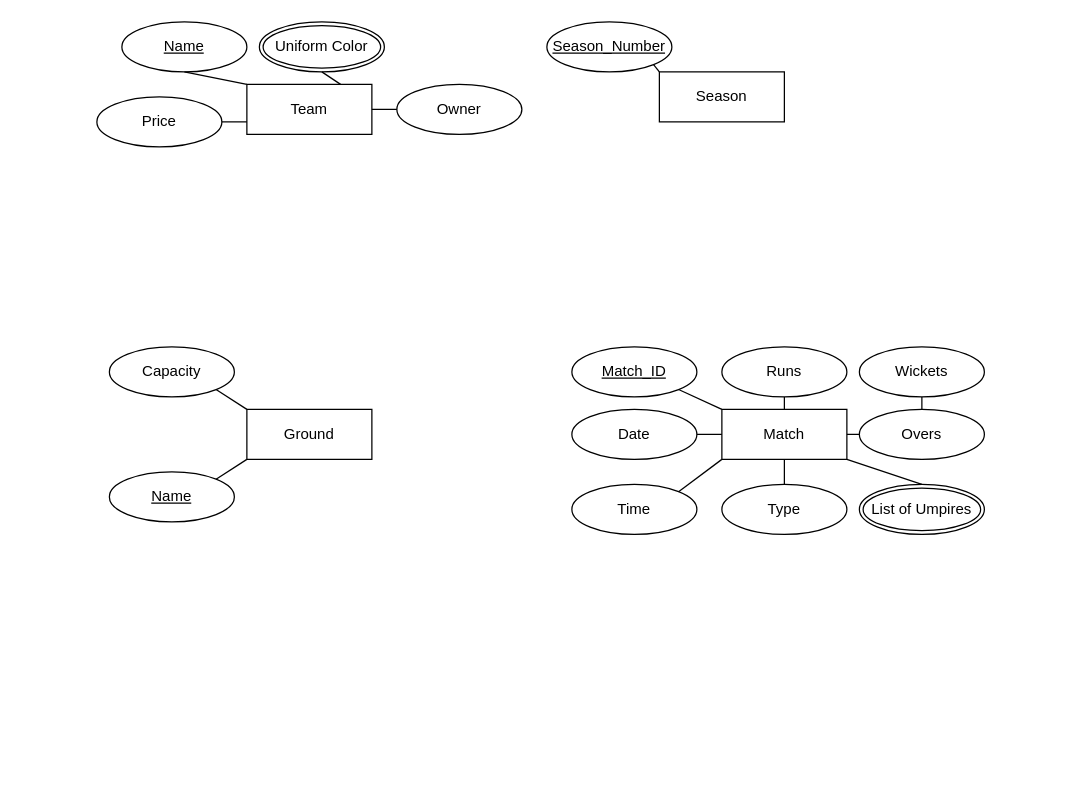
Above: Lab2.drawio in MuhammadIrfan92/Database-Engineering-Semester-7 (draw.io), before the change. Source tidied: cells renumbered, new cells numbered last; positions are measured from the earlier drawing's top-left corner, leaving out a move shared by most shapes. Both pictures are drawn from the tidied source at 125%, with x=0, y=0 at pixel (96, 21).
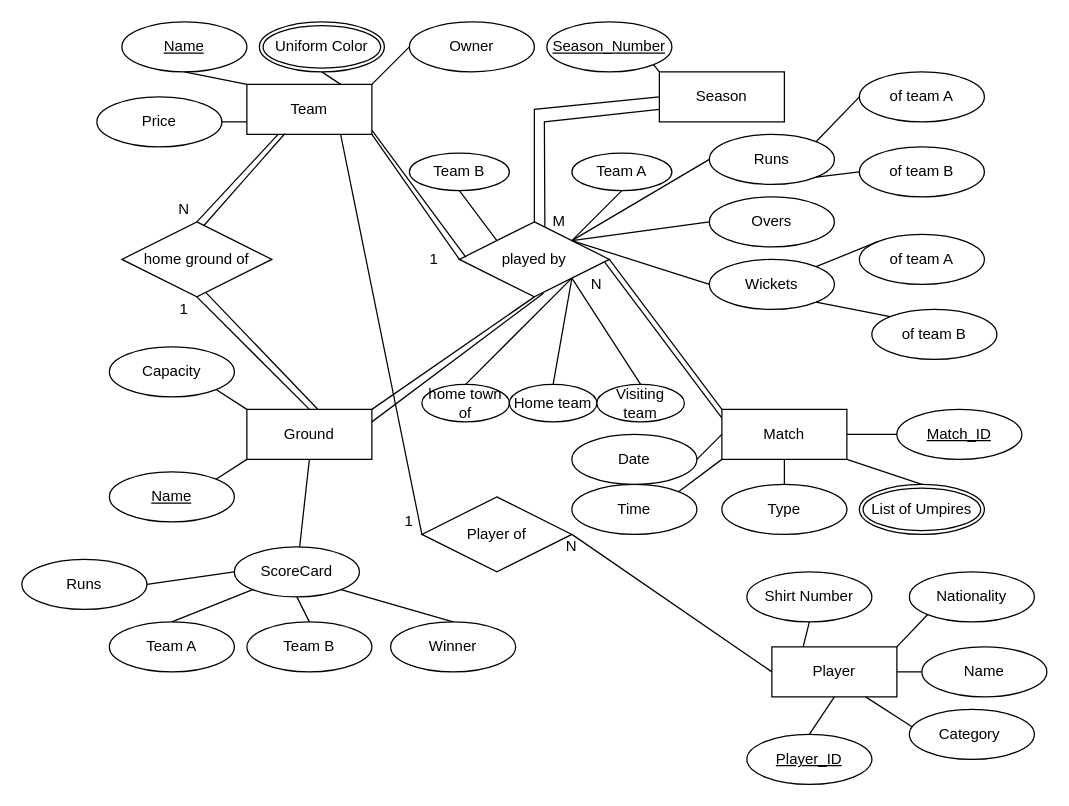
The same page after the edit.

Unchanged cells that the change refers to:
```xml
<mxCell id="2" value="Team" style="whiteSpace=wrap;html=1;align=center;" parent="1" vertex="1">
  <mxGeometry x="120" y="50" width="100" height="40" as="geometry" />
</mxCell>
<mxCell id="9" value="Season" style="whiteSpace=wrap;html=1;align=center;" parent="1" vertex="1">
  <mxGeometry x="450" y="40" width="100" height="40" as="geometry" />
</mxCell>
<mxCell id="14" value="Ground" style="whiteSpace=wrap;html=1;align=center;" parent="1" vertex="1">
  <mxGeometry x="120" y="310" width="100" height="40" as="geometry" />
</mxCell>
<mxCell id="17" value="Match" style="whiteSpace=wrap;html=1;align=center;" parent="1" vertex="1">
  <mxGeometry x="500" y="310" width="100" height="40" as="geometry" />
</mxCell>
```

Change to the diagram source:
```diff
@@
     <mxCell id="5" value="Owner" style="ellipse;whiteSpace=wrap;html=1;align=center;" parent="1" vertex="1">
-      <mxGeometry x="240" y="50" width="100" height="40" as="geometry" />
+      <mxGeometry x="250" width="100" height="40" as="geometry" />
     </mxCell>
@@
-    <mxCell id="8" style="endArrow=none;html=1;rounded=0;entryX=0;entryY=0.5;entryDx=0;entryDy=0;exitX=1;exitY=0.5;exitDx=0;exitDy=0;" parent="1" edge="1" source="2" target="5">
+    <mxCell id="8" style="endArrow=none;html=1;rounded=0;entryX=0;entryY=0.5;entryDx=0;entryDy=0;exitX=1;exitY=0;exitDx=0;exitDy=0;" parent="1" edge="1" source="2" target="5">
       <mxGeometry relative="1" as="geometry" />
     </mxCell>
@@
-    <mxCell id="18" value="Runs" style="ellipse;whiteSpace=wrap;html=1;align=center;" parent="1" vertex="1">
-      <mxGeometry x="500" y="260" width="100" height="40" as="geometry" />
-    </mxCell>
     <mxCell id="19" value="Match_ID" style="ellipse;whiteSpace=wrap;html=1;align=center;fontStyle=4;" parent="1" vertex="1">
-      <mxGeometry x="380" y="260" width="100" height="40" as="geometry" />
+      <mxGeometry x="640" y="310" width="100" height="40" as="geometry" />
     </mxCell>
-    <mxCell id="20" value="Wickets" style="ellipse;whiteSpace=wrap;html=1;align=center;" parent="1" vertex="1">
-      <mxGeometry x="610" y="260" width="100" height="40" as="geometry" />
-    </mxCell>
-    <mxCell id="21" value="Overs" style="ellipse;whiteSpace=wrap;html=1;align=center;" parent="1" vertex="1">
-      <mxGeometry x="610" y="310" width="100" height="40" as="geometry" />
-    </mxCell>
@@
     <mxCell id="25" value="Date" style="ellipse;whiteSpace=wrap;html=1;align=center;" parent="1" vertex="1">
-      <mxGeometry x="380" y="310" width="100" height="40" as="geometry" />
+      <mxGeometry x="380" y="330" width="100" height="40" as="geometry" />
     </mxCell>
-    <mxCell id="26" style="endArrow=none;html=1;rounded=0;entryX=1;entryY=1;entryDx=0;entryDy=0;exitX=0;exitY=0;exitDx=0;exitDy=0;" parent="1" edge="1" source="17" target="19">
-      <mxGeometry relative="1" as="geometry" />
-    </mxCell>
-    <mxCell id="27" style="endArrow=none;html=1;rounded=0;entryX=0.5;entryY=1;entryDx=0;entryDy=0;exitX=0.5;exitY=0;exitDx=0;exitDy=0;" parent="1" edge="1" source="17" target="18">
-      <mxGeometry relative="1" as="geometry" />
-    </mxCell>
-    <mxCell id="28" style="endArrow=none;html=1;rounded=0;entryX=0.5;entryY=1;entryDx=0;entryDy=0;exitX=0.5;exitY=0;exitDx=0;exitDy=0;" parent="1" edge="1" source="21" target="20">
-      <mxGeometry relative="1" as="geometry" />
-    </mxCell>
@@
-    <mxCell id="30" style="endArrow=none;html=1;rounded=0;entryX=0;entryY=0.5;entryDx=0;entryDy=0;exitX=1;exitY=0.5;exitDx=0;exitDy=0;" parent="1" edge="1" source="17" target="21">
-      <mxGeometry relative="1" as="geometry" />
-    </mxCell>
@@
+    <mxCell id="36" value="Runs" style="ellipse;whiteSpace=wrap;html=1;align=center;" parent="1" vertex="1">
+      <mxGeometry x="-60" y="430" width="100" height="40" as="geometry" />
+    </mxCell>
+    <mxCell id="37" value="Winner" style="ellipse;whiteSpace=wrap;html=1;align=center;" parent="1" vertex="1">
+      <mxGeometry x="235" y="480" width="100" height="40" as="geometry" />
+    </mxCell>
+    <mxCell id="38" value="Team A" style="ellipse;whiteSpace=wrap;html=1;align=center;" parent="1" vertex="1">
+      <mxGeometry x="10" y="480" width="100" height="40" as="geometry" />
+    </mxCell>
+    <mxCell id="39" value="Team B" style="ellipse;whiteSpace=wrap;html=1;align=center;" parent="1" vertex="1">
+      <mxGeometry x="120" y="480" width="100" height="40" as="geometry" />
+    </mxCell>
+    <mxCell id="40" value="Player" style="whiteSpace=wrap;html=1;align=center;" parent="1" vertex="1">
+      <mxGeometry x="540" y="500" width="100" height="40" as="geometry" />
+    </mxCell>
+    <mxCell id="41" value="Name" style="ellipse;whiteSpace=wrap;html=1;align=center;" parent="1" vertex="1">
+      <mxGeometry x="660" y="500" width="100" height="40" as="geometry" />
+    </mxCell>
+    <mxCell id="42" value="Shirt Number" style="ellipse;whiteSpace=wrap;html=1;align=center;" parent="1" vertex="1">
+      <mxGeometry x="520" y="440" width="100" height="40" as="geometry" />
+    </mxCell>
+    <mxCell id="43" value="Nationality" style="ellipse;whiteSpace=wrap;html=1;align=center;" parent="1" vertex="1">
+      <mxGeometry x="650" y="440" width="100" height="40" as="geometry" />
+    </mxCell>
+    <mxCell id="44" value="Player_ID" style="ellipse;whiteSpace=wrap;html=1;align=center;fontStyle=4;" parent="1" vertex="1">
+      <mxGeometry x="520" y="570" width="100" height="40" as="geometry" />
+    </mxCell>
+    <mxCell id="45" value="Category&amp;nbsp;" style="ellipse;whiteSpace=wrap;html=1;align=center;" parent="1" vertex="1">
+      <mxGeometry x="650" y="550" width="100" height="40" as="geometry" />
+    </mxCell>
+    <mxCell id="46" style="endArrow=none;html=1;rounded=0;entryX=0.5;entryY=1;entryDx=0;entryDy=0;exitX=0.25;exitY=0;exitDx=0;exitDy=0;" parent="1" edge="1" source="40" target="42">
+      <mxGeometry relative="1" as="geometry" />
+    </mxCell>
+    <mxCell id="47" style="endArrow=none;html=1;rounded=0;entryX=0;entryY=1;entryDx=0;entryDy=0;exitX=1;exitY=0;exitDx=0;exitDy=0;" parent="1" edge="1" source="40" target="43">
+      <mxGeometry relative="1" as="geometry" />
+    </mxCell>
+    <mxCell id="48" style="endArrow=none;html=1;rounded=0;entryX=0;entryY=0.5;entryDx=0;entryDy=0;exitX=1;exitY=0.5;exitDx=0;exitDy=0;" parent="1" edge="1" source="40" target="41">
+      <mxGeometry relative="1" as="geometry" />
+    </mxCell>
+    <mxCell id="49" style="endArrow=none;html=1;rounded=0;entryX=0.021;entryY=0.348;entryDx=0;entryDy=0;entryPerimeter=0;exitX=0.75;exitY=1;exitDx=0;exitDy=0;" parent="1" edge="1" source="40" target="45">
+      <mxGeometry relative="1" as="geometry" />
+    </mxCell>
+    <mxCell id="50" style="endArrow=none;html=1;rounded=0;entryX=0.5;entryY=1;entryDx=0;entryDy=0;exitX=0.5;exitY=0;exitDx=0;exitDy=0;" parent="1" edge="1" source="44" target="40">
+      <mxGeometry relative="1" as="geometry" />
+    </mxCell>
+    <mxCell id="51" value="home ground of" style="shape=rhombus;perimeter=rhombusPerimeter;whiteSpace=wrap;html=1;align=center;" parent="1" vertex="1">
+      <mxGeometry x="20" y="160" width="120" height="60" as="geometry" />
+    </mxCell>
+    <mxCell id="52" style="endArrow=none;html=1;rounded=0;exitX=0.5;exitY=1;exitDx=0;exitDy=0;entryX=0.5;entryY=0;entryDx=0;entryDy=0;" parent="1" edge="1" source="51" target="14">
+      <mxGeometry relative="1" as="geometry" />
+    </mxCell>
+    <mxCell id="21" value="Overs" style="ellipse;whiteSpace=wrap;html=1;align=center;" parent="1" vertex="1">
+      <mxGeometry x="490" y="140" width="100" height="40" as="geometry" />
+    </mxCell>
+    <mxCell id="53" value="Runs" style="ellipse;whiteSpace=wrap;html=1;align=center;" parent="1" vertex="1">
+      <mxGeometry x="490" y="90" width="100" height="40" as="geometry" />
+    </mxCell>
+    <mxCell id="20" value="Wickets" style="ellipse;whiteSpace=wrap;html=1;align=center;" parent="1" vertex="1">
+      <mxGeometry x="490" y="190" width="100" height="40" as="geometry" />
+    </mxCell>
+    <mxCell id="54" value="of&amp;nbsp;team A" style="ellipse;whiteSpace=wrap;html=1;align=center;" parent="1" vertex="1">
+      <mxGeometry x="610" y="40" width="100" height="40" as="geometry" />
+    </mxCell>
+    <mxCell id="55" value="of team B" style="ellipse;whiteSpace=wrap;html=1;align=center;" parent="1" vertex="1">
+      <mxGeometry x="610" y="100" width="100" height="40" as="geometry" />
+    </mxCell>
+    <mxCell id="56" value="of team A" style="ellipse;whiteSpace=wrap;html=1;align=center;" parent="1" vertex="1">
+      <mxGeometry x="610" y="170" width="100" height="40" as="geometry" />
+    </mxCell>
+    <mxCell id="57" value="of team B" style="ellipse;whiteSpace=wrap;html=1;align=center;" parent="1" vertex="1">
+      <mxGeometry x="620" y="230" width="100" height="40" as="geometry" />
+    </mxCell>
+    <mxCell id="58" style="edgeStyle=orthogonalEdgeStyle;rounded=0;orthogonalLoop=1;jettySize=auto;html=1;exitX=0.5;exitY=1;exitDx=0;exitDy=0;" parent="1" edge="1" source="56" target="56">
+      <mxGeometry relative="1" as="geometry" />
+    </mxCell>
+    <mxCell id="59" style="endArrow=none;html=1;rounded=0;entryX=0;entryY=0.5;entryDx=0;entryDy=0;exitX=1;exitY=0;exitDx=0;exitDy=0;" parent="1" edge="1" source="53" target="54">
+      <mxGeometry relative="1" as="geometry" />
+    </mxCell>
+    <mxCell id="60" style="endArrow=none;html=1;rounded=0;exitX=1;exitY=1;exitDx=0;exitDy=0;entryX=0;entryY=0.5;entryDx=0;entryDy=0;" parent="1" edge="1" source="53" target="55">
+      <mxGeometry relative="1" as="geometry" />
+    </mxCell>
+    <mxCell id="61" style="endArrow=none;html=1;rounded=0;exitX=1;exitY=0;exitDx=0;exitDy=0;entryX=0;entryY=0;entryDx=0;entryDy=0;" parent="1" edge="1" source="20" target="56">
+      <mxGeometry relative="1" as="geometry" />
+    </mxCell>
+    <mxCell id="62" style="endArrow=none;html=1;rounded=0;exitX=1;exitY=1;exitDx=0;exitDy=0;entryX=0;entryY=0;entryDx=0;entryDy=0;" parent="1" edge="1" source="20" target="57">
+      <mxGeometry relative="1" as="geometry" />
+    </mxCell>
+    <mxCell id="63" value="Player of" style="shape=rhombus;perimeter=rhombusPerimeter;whiteSpace=wrap;html=1;align=center;" parent="1" vertex="1">
+      <mxGeometry x="260" y="380" width="120" height="60" as="geometry" />
+    </mxCell>
+    <mxCell id="64" style="endArrow=none;html=1;rounded=0;exitX=1;exitY=0.5;exitDx=0;exitDy=0;entryX=0;entryY=0.5;entryDx=0;entryDy=0;" parent="1" edge="1" source="63" target="40">
+      <mxGeometry relative="1" as="geometry" />
+    </mxCell>
+    <mxCell id="65" value="home town of" style="ellipse;whiteSpace=wrap;html=1;align=center;" parent="1" vertex="1">
+      <mxGeometry x="260" y="290" width="70" height="30" as="geometry" />
+    </mxCell>
+    <mxCell id="66" value="Team A" style="ellipse;whiteSpace=wrap;html=1;align=center;" parent="1" vertex="1">
+      <mxGeometry x="380" y="105" width="80" height="30" as="geometry" />
+    </mxCell>
+    <mxCell id="67" value="Team B" style="ellipse;whiteSpace=wrap;html=1;align=center;" parent="1" vertex="1">
+      <mxGeometry x="250" y="105" width="80" height="30" as="geometry" />
+    </mxCell>
+    <mxCell id="68" style="endArrow=none;html=1;rounded=0;exitX=0.75;exitY=1;exitDx=0;exitDy=0;entryX=0;entryY=0.5;entryDx=0;entryDy=0;" parent="1" edge="1" source="2" target="63">
+      <mxGeometry relative="1" as="geometry" />
+    </mxCell>
+    <mxCell id="26" style="endArrow=none;html=1;rounded=0;entryX=0;entryY=0.5;entryDx=0;entryDy=0;exitX=1;exitY=0.5;exitDx=0;exitDy=0;" parent="1" edge="1" source="17" target="19">
+      <mxGeometry relative="1" as="geometry" />
+    </mxCell>
+    <mxCell id="69" style="endArrow=none;html=1;rounded=0;exitX=1;exitY=0;exitDx=0;exitDy=0;entryX=0.5;entryY=1;entryDx=0;entryDy=0;" parent="1" edge="1" source="14" target="70">
+      <mxGeometry relative="1" as="geometry" />
+    </mxCell>
+    <mxCell id="70" value="played by" style="shape=rhombus;perimeter=rhombusPerimeter;whiteSpace=wrap;html=1;align=center;" parent="1" vertex="1">
+      <mxGeometry x="290" y="160" width="120" height="60" as="geometry" />
+    </mxCell>
+    <mxCell id="71" style="endArrow=none;html=1;rounded=0;exitX=1;exitY=1;exitDx=0;exitDy=0;entryX=0;entryY=0.5;entryDx=0;entryDy=0;" parent="1" edge="1" source="2" target="70">
+      <mxGeometry relative="1" as="geometry" />
+    </mxCell>
+    <mxCell id="72" style="endArrow=none;html=1;rounded=0;exitX=1;exitY=0.5;exitDx=0;exitDy=0;entryX=0;entryY=0;entryDx=0;entryDy=0;" parent="1" edge="1" source="70" target="17">
+      <mxGeometry relative="1" as="geometry" />
+    </mxCell>
+    <mxCell id="73" style="endArrow=none;html=1;rounded=0;exitX=0.5;exitY=1;exitDx=0;exitDy=0;entryX=0;entryY=0;entryDx=0;entryDy=0;" parent="1" edge="1" source="67" target="70">
+      <mxGeometry relative="1" as="geometry" />
+    </mxCell>
+    <mxCell id="74" style="endArrow=none;html=1;rounded=0;exitX=0.5;exitY=1;exitDx=0;exitDy=0;entryX=1;entryY=0;entryDx=0;entryDy=0;" parent="1" edge="1" source="66" target="70">
+      <mxGeometry relative="1" as="geometry" />
+    </mxCell>
+    <mxCell id="75" style="endArrow=none;html=1;rounded=0;exitX=1;exitY=0;exitDx=0;exitDy=0;entryX=0;entryY=0.5;entryDx=0;entryDy=0;" parent="1" edge="1" source="70" target="53">
+      <mxGeometry relative="1" as="geometry" />
+    </mxCell>
+    <mxCell id="76" style="endArrow=none;html=1;rounded=0;exitX=1;exitY=0;exitDx=0;exitDy=0;entryX=0;entryY=0.5;entryDx=0;entryDy=0;" parent="1" edge="1" source="70" target="21">
+      <mxGeometry relative="1" as="geometry" />
+    </mxCell>
+    <mxCell id="77" style="endArrow=none;html=1;rounded=0;exitX=1;exitY=0;exitDx=0;exitDy=0;entryX=0;entryY=0.5;entryDx=0;entryDy=0;" parent="1" edge="1" source="70" target="20">
+      <mxGeometry relative="1" as="geometry" />
+    </mxCell>
+    <mxCell id="78" style="endArrow=none;html=1;rounded=0;exitX=0.5;exitY=0;exitDx=0;exitDy=0;entryX=0;entryY=0.5;entryDx=0;entryDy=0;" parent="1" edge="1" source="70" target="9">
+      <mxGeometry relative="1" as="geometry">
+        <Array as="points">
+          <mxPoint x="350" y="70" />
+        </Array>
+      </mxGeometry>
+    </mxCell>
+    <mxCell id="79" value="N" style="text;html=1;strokeColor=none;fillColor=none;align=center;verticalAlign=middle;whiteSpace=wrap;rounded=0;" parent="1" vertex="1">
+      <mxGeometry x="380" y="200" width="40" height="20" as="geometry" />
+    </mxCell>
+    <mxCell id="80" value="1" style="text;html=1;strokeColor=none;fillColor=none;align=center;verticalAlign=middle;whiteSpace=wrap;rounded=0;" parent="1" vertex="1">
+      <mxGeometry x="250" y="180" width="40" height="20" as="geometry" />
+    </mxCell>
+    <mxCell id="81" value="M" style="text;html=1;strokeColor=none;fillColor=none;align=center;verticalAlign=middle;whiteSpace=wrap;rounded=0;" parent="1" vertex="1">
+      <mxGeometry x="350" y="150" width="40" height="20" as="geometry" />
+    </mxCell>
+    <mxCell id="82" value="1" style="text;html=1;strokeColor=none;fillColor=none;align=center;verticalAlign=middle;whiteSpace=wrap;rounded=0;" parent="1" vertex="1">
+      <mxGeometry x="50" y="220" width="40" height="20" as="geometry" />
+    </mxCell>
+    <mxCell id="83" value="N" style="text;html=1;strokeColor=none;fillColor=none;align=center;verticalAlign=middle;whiteSpace=wrap;rounded=0;" parent="1" vertex="1">
+      <mxGeometry x="50" y="140" width="40" height="20" as="geometry" />
+    </mxCell>
+    <mxCell id="84" value="N" style="text;html=1;strokeColor=none;fillColor=none;align=center;verticalAlign=middle;whiteSpace=wrap;rounded=0;" parent="1" vertex="1">
+      <mxGeometry x="360" y="410" width="40" height="20" as="geometry" />
+    </mxCell>
+    <mxCell id="85" value="1" style="text;html=1;strokeColor=none;fillColor=none;align=center;verticalAlign=middle;whiteSpace=wrap;rounded=0;" parent="1" vertex="1">
+      <mxGeometry x="230" y="390" width="40" height="20" as="geometry" />
+    </mxCell>
+    <mxCell id="86" style="endArrow=none;html=1;rounded=0;exitX=0.25;exitY=1;exitDx=0;exitDy=0;entryX=0.75;entryY=1;entryDx=0;entryDy=0;" parent="1" edge="1" source="2" target="83">
+      <mxGeometry relative="1" as="geometry" />
+    </mxCell>
+    <mxCell id="87" style="endArrow=none;html=1;rounded=0;exitX=0.303;exitY=0.987;exitDx=0;exitDy=0;exitPerimeter=0;entryX=0.544;entryY=0.055;entryDx=0;entryDy=0;entryPerimeter=0;" parent="1" edge="1" source="2" target="51">
+      <mxGeometry relative="1" as="geometry" />
+    </mxCell>
+    <mxCell id="88" style="endArrow=none;html=1;rounded=0;exitX=0.559;exitY=0.94;exitDx=0;exitDy=0;exitPerimeter=0;entryX=0.567;entryY=-0.002;entryDx=0;entryDy=0;entryPerimeter=0;" parent="1" edge="1" source="51" target="14">
+      <mxGeometry relative="1" as="geometry" />
+    </mxCell>
+    <mxCell id="89" style="endArrow=none;html=1;rounded=0;exitX=1.001;exitY=0.919;exitDx=0;exitDy=0;exitPerimeter=0;entryX=0.044;entryY=0.473;entryDx=0;entryDy=0;entryPerimeter=0;" parent="1" edge="1" source="2" target="70">
+      <mxGeometry relative="1" as="geometry" />
+    </mxCell>
+    <mxCell id="90" style="endArrow=none;html=1;rounded=0;exitX=0.969;exitY=0.537;exitDx=0;exitDy=0;exitPerimeter=0;entryX=-0.001;entryY=0.172;entryDx=0;entryDy=0;entryPerimeter=0;" parent="1" edge="1" source="70" target="17">
+      <mxGeometry relative="1" as="geometry" />
+    </mxCell>
+    <mxCell id="91" style="endArrow=none;html=1;rounded=0;exitX=0.57;exitY=0.07;exitDx=0;exitDy=0;exitPerimeter=0;entryX=0;entryY=0.75;entryDx=0;entryDy=0;" parent="1" edge="1" source="70" target="9">
+      <mxGeometry relative="1" as="geometry">
+        <Array as="points">
+          <mxPoint x="358" y="80" />
+        </Array>
+      </mxGeometry>
+    </mxCell>
+    <mxCell id="92" style="endArrow=none;html=1;rounded=0;entryX=0.561;entryY=0.951;entryDx=0;entryDy=0;entryPerimeter=0;" parent="1" edge="1" target="70">
+      <mxGeometry relative="1" as="geometry">
+        <mxPoint x="220" y="320" as="sourcePoint" />
+      </mxGeometry>
+    </mxCell>
+    <mxCell id="93" value="Home team" style="ellipse;whiteSpace=wrap;html=1;align=center;" parent="1" vertex="1">
+      <mxGeometry x="330" y="290" width="70" height="30" as="geometry" />
+    </mxCell>
+    <mxCell id="94" value="Visiting team" style="ellipse;whiteSpace=wrap;html=1;align=center;" parent="1" vertex="1">
+      <mxGeometry x="400" y="290" width="70" height="30" as="geometry" />
+    </mxCell>
+    <mxCell id="95" style="endArrow=none;html=1;rounded=0;exitX=0.5;exitY=0;exitDx=0;exitDy=0;entryX=0;entryY=0.25;entryDx=0;entryDy=0;" parent="1" edge="1" source="93" target="79">
+      <mxGeometry relative="1" as="geometry" />
+    </mxCell>
+    <mxCell id="96" style="endArrow=none;html=1;rounded=0;exitX=1;exitY=1;exitDx=0;exitDy=0;entryX=0.5;entryY=0;entryDx=0;entryDy=0;" parent="1" edge="1" source="70" target="94">
+      <mxGeometry relative="1" as="geometry" />
+    </mxCell>
+    <mxCell id="97" value="ScoreCard" style="ellipse;whiteSpace=wrap;html=1;align=center;" parent="1" vertex="1">
+      <mxGeometry x="110" y="420" width="100" height="40" as="geometry" />
+    </mxCell>
+    <mxCell id="98" style="endArrow=none;html=1;rounded=0;exitX=0.5;exitY=1;exitDx=0;exitDy=0;" parent="1" edge="1" source="14" target="97">
+      <mxGeometry relative="1" as="geometry" />
+    </mxCell>
+    <mxCell id="99" style="endArrow=none;html=1;rounded=0;exitX=1;exitY=0.5;exitDx=0;exitDy=0;entryX=0;entryY=0.5;entryDx=0;entryDy=0;" parent="1" edge="1" source="36" target="97">
+      <mxGeometry relative="1" as="geometry" />
+    </mxCell>
+    <mxCell id="100" style="endArrow=none;html=1;rounded=0;exitX=0.5;exitY=0;exitDx=0;exitDy=0;entryX=0;entryY=1;entryDx=0;entryDy=0;" parent="1" edge="1" source="38" target="97">
+      <mxGeometry relative="1" as="geometry" />
+    </mxCell>
+    <mxCell id="101" style="endArrow=none;html=1;rounded=0;exitX=0.5;exitY=0;exitDx=0;exitDy=0;entryX=0.5;entryY=1;entryDx=0;entryDy=0;" parent="1" edge="1" source="39" target="97">
+      <mxGeometry relative="1" as="geometry" />
+    </mxCell>
+    <mxCell id="102" style="endArrow=none;html=1;rounded=0;exitX=0.5;exitY=0;exitDx=0;exitDy=0;entryX=1;entryY=1;entryDx=0;entryDy=0;" parent="1" edge="1" source="37" target="97">
+      <mxGeometry relative="1" as="geometry" />
+    </mxCell>
+    <mxCell id="103" style="endArrow=none;html=1;rounded=0;exitX=1;exitY=1;exitDx=0;exitDy=0;entryX=0.5;entryY=0;entryDx=0;entryDy=0;" parent="1" edge="1" source="70" target="65">
+      <mxGeometry relative="1" as="geometry" />
+    </mxCell>
```
